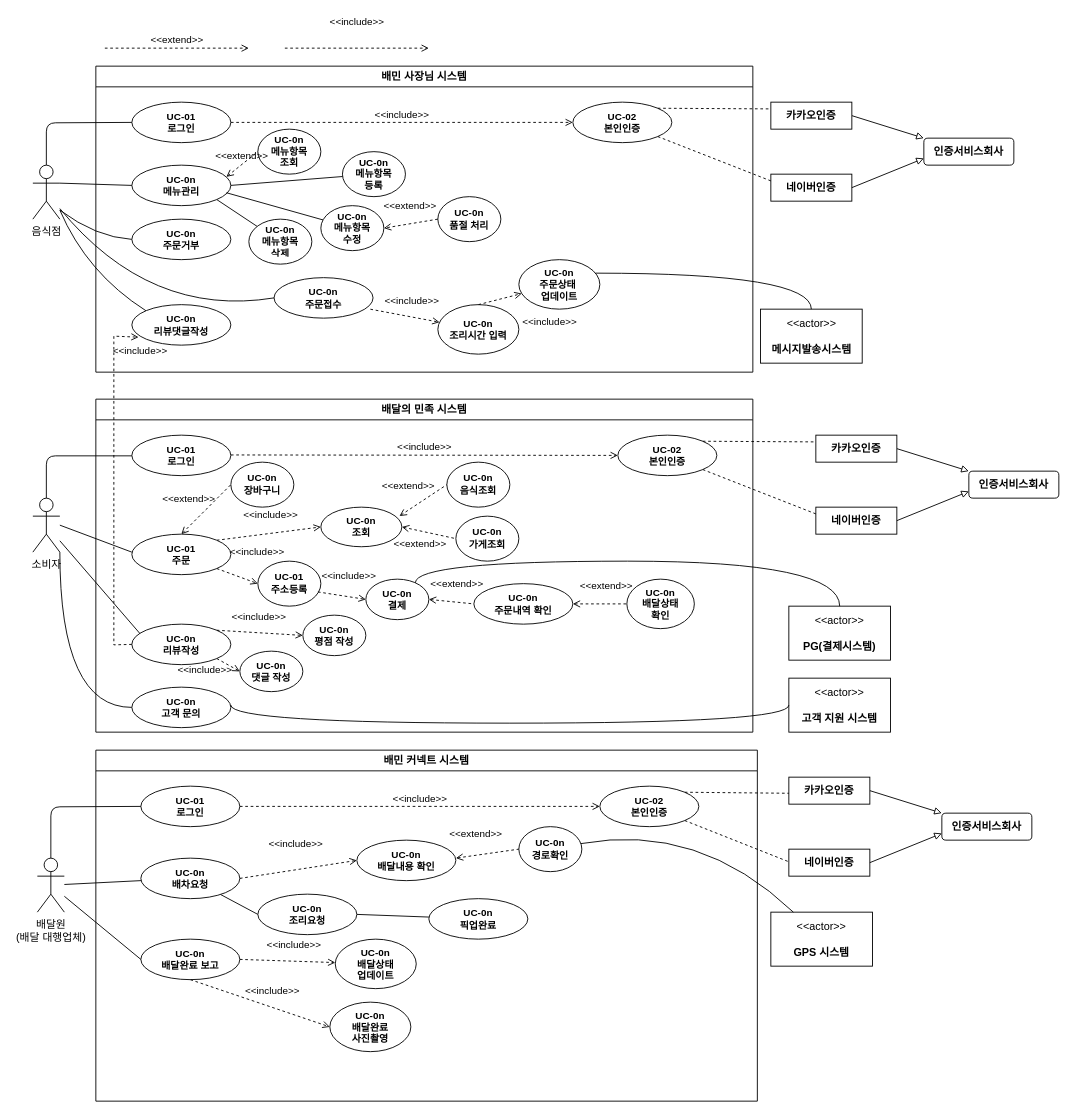
hyun10144/Lecture3-1 keeps this draw.io diagram as 소웨공 기말.drawio. Above is the earlier version. Source tidied: cells renumbered, new cells numbered last; positions are measured from the earlier drawing's top-left corner, leaving out a move shared by most shapes. Both pictures are drawn from the tidied source at 90%, with x=0, y=0 at pixel (32, 48).
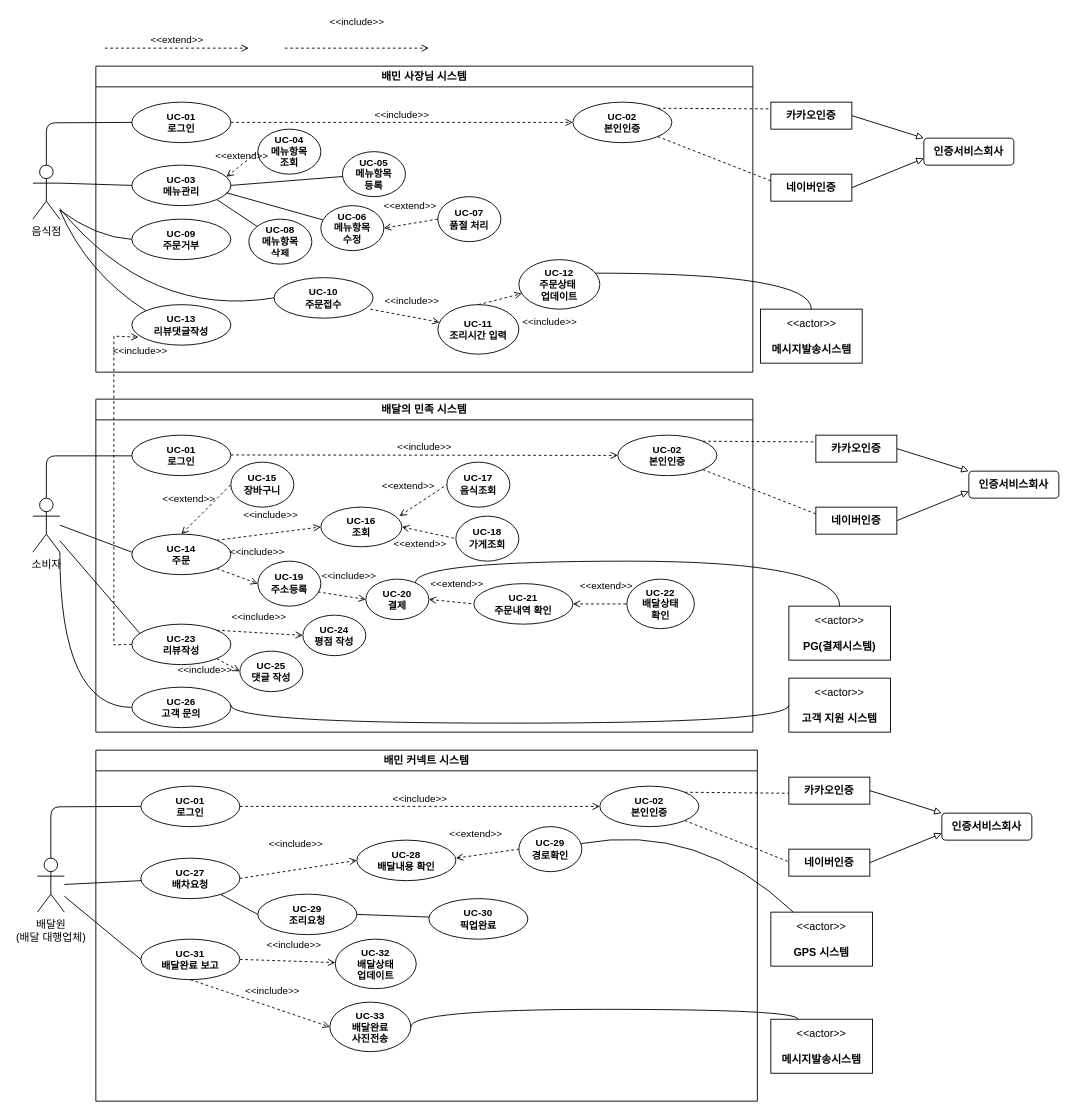
The same diagram, later.

Commit message (it also covers changes not shown here):
소웨공 기말.drawio 업데이트

The change refers to these unchanged cells:
```xml
<mxCell id="2" value="배민 사장님 시스템" style="swimlane;whiteSpace=wrap;html=1;" parent="1" vertex="1">
  <mxGeometry x="70" y="20" width="730" height="340" as="geometry" />
</mxCell>
<mxCell id="41" value="배민 커넥트 시스템" style="swimlane;whiteSpace=wrap;html=1;" parent="1" vertex="1">
  <mxGeometry x="70" y="780" width="735" height="390" as="geometry" />
</mxCell>
<mxCell id="61" value="배달의 민족 시스템" style="swimlane;whiteSpace=wrap;html=1;" parent="1" vertex="1">
  <mxGeometry x="70" y="390" width="730" height="370" as="geometry" />
</mxCell>
```

Diff of the diagram source:
```diff
@@
-    <mxCell id="4" value="&lt;div&gt;&lt;b&gt;UC-0n&lt;/b&gt;&lt;/div&gt;&lt;b&gt;메뉴관리&lt;/b&gt;" style="ellipse;whiteSpace=wrap;html=1;fontFamily=Helvetica;fontSize=11;fontColor=default;labelBackgroundColor=default;" parent="2" vertex="1">
+    <mxCell id="4" value="&lt;div&gt;&lt;b&gt;UC-03&lt;/b&gt;&lt;/div&gt;&lt;b&gt;메뉴관리&lt;/b&gt;" style="ellipse;whiteSpace=wrap;html=1;fontFamily=Helvetica;fontSize=11;fontColor=default;labelBackgroundColor=default;" parent="2" vertex="1">
       <mxGeometry x="40" y="110" width="110" height="45" as="geometry" />
     </mxCell>
-    <mxCell id="5" value="&lt;div&gt;&lt;b&gt;UC-0n&lt;/b&gt;&lt;/div&gt;&lt;b&gt;주문상태&amp;nbsp;&lt;/b&gt;&lt;div&gt;&lt;b&gt;업데이트&lt;/b&gt;&lt;/div&gt;" style="ellipse;whiteSpace=wrap;html=1;fontFamily=Helvetica;fontSize=11;fontColor=default;labelBackgroundColor=default;" parent="2" vertex="1">
+    <mxCell id="5" value="&lt;div&gt;&lt;b&gt;UC-12&lt;/b&gt;&lt;/div&gt;&lt;b&gt;주문상태&amp;nbsp;&lt;/b&gt;&lt;div&gt;&lt;b&gt;업데이트&lt;/b&gt;&lt;/div&gt;" style="ellipse;whiteSpace=wrap;html=1;fontFamily=Helvetica;fontSize=11;fontColor=default;labelBackgroundColor=default;" parent="2" vertex="1">
       <mxGeometry x="470" y="215" width="90" height="55" as="geometry" />
     </mxCell>
@@
-    <mxCell id="7" value="&lt;div&gt;&lt;b&gt;UC-0n&lt;/b&gt;&lt;/div&gt;&lt;b&gt;리뷰댓글작성&lt;/b&gt;" style="ellipse;whiteSpace=wrap;html=1;fontFamily=Helvetica;fontSize=11;fontColor=default;labelBackgroundColor=default;" parent="2" vertex="1">
+    <mxCell id="7" value="&lt;div&gt;&lt;b&gt;UC-13&lt;/b&gt;&lt;/div&gt;&lt;b&gt;리뷰댓글작성&lt;/b&gt;" style="ellipse;whiteSpace=wrap;html=1;fontFamily=Helvetica;fontSize=11;fontColor=default;labelBackgroundColor=default;" parent="2" vertex="1">
       <mxGeometry x="40" y="265" width="110" height="45" as="geometry" />
     </mxCell>
@@
-    <mxCell id="9" value="&lt;div&gt;&lt;b&gt;UC-0n&lt;/b&gt;&lt;/div&gt;&lt;b&gt;메뉴항목&lt;/b&gt;&lt;div&gt;&lt;b&gt;조회&lt;/b&gt;&lt;/div&gt;" style="ellipse;whiteSpace=wrap;html=1;fontFamily=Helvetica;fontSize=11;fontColor=default;labelBackgroundColor=default;" parent="2" vertex="1">
+    <mxCell id="9" value="&lt;div&gt;&lt;b&gt;UC-04&lt;/b&gt;&lt;/div&gt;&lt;b&gt;메뉴항목&lt;/b&gt;&lt;div&gt;&lt;b&gt;조회&lt;/b&gt;&lt;/div&gt;" style="ellipse;whiteSpace=wrap;html=1;fontFamily=Helvetica;fontSize=11;fontColor=default;labelBackgroundColor=default;" parent="2" vertex="1">
       <mxGeometry x="180" y="70" width="70" height="50" as="geometry" />
     </mxCell>
@@
-    <mxCell id="11" value="&lt;div&gt;&lt;b&gt;UC-0n&lt;/b&gt;&lt;/div&gt;&lt;b&gt;메뉴항목&lt;/b&gt;&lt;div&gt;&lt;b&gt;등록&lt;/b&gt;&lt;/div&gt;" style="ellipse;whiteSpace=wrap;html=1;fontFamily=Helvetica;fontSize=11;fontColor=default;labelBackgroundColor=default;" parent="2" vertex="1">
+    <mxCell id="11" value="&lt;div&gt;&lt;b&gt;UC-05&lt;/b&gt;&lt;/div&gt;&lt;b&gt;메뉴항목&lt;/b&gt;&lt;div&gt;&lt;b&gt;등록&lt;/b&gt;&lt;/div&gt;" style="ellipse;whiteSpace=wrap;html=1;fontFamily=Helvetica;fontSize=11;fontColor=default;labelBackgroundColor=default;" parent="2" vertex="1">
       <mxGeometry x="274" y="95" width="70" height="50" as="geometry" />
     </mxCell>
-    <mxCell id="12" value="&lt;div&gt;&lt;b&gt;UC-0n&lt;/b&gt;&lt;/div&gt;&lt;b&gt;조리시간 입력&lt;/b&gt;" style="ellipse;whiteSpace=wrap;html=1;fontFamily=Helvetica;fontSize=11;fontColor=default;labelBackgroundColor=default;" parent="2" vertex="1">
+    <mxCell id="12" value="&lt;div&gt;&lt;b&gt;UC-11&lt;/b&gt;&lt;/div&gt;&lt;b&gt;조리시간 입력&lt;/b&gt;" style="ellipse;whiteSpace=wrap;html=1;fontFamily=Helvetica;fontSize=11;fontColor=default;labelBackgroundColor=default;" parent="2" vertex="1">
       <mxGeometry x="380" y="265" width="90" height="55" as="geometry" />
     </mxCell>
@@
-    <mxCell id="16" value="&lt;div&gt;&lt;b&gt;UC-0n&lt;/b&gt;&lt;/div&gt;&lt;b&gt;메뉴항목&lt;/b&gt;&lt;div&gt;&lt;b&gt;수정&lt;/b&gt;&lt;/div&gt;" style="ellipse;whiteSpace=wrap;html=1;fontFamily=Helvetica;fontSize=11;fontColor=default;labelBackgroundColor=default;" parent="2" vertex="1">
+    <mxCell id="16" value="&lt;div&gt;&lt;b&gt;UC-06&lt;/b&gt;&lt;/div&gt;&lt;div&gt;&lt;b&gt;메뉴항목&lt;/b&gt;&lt;/div&gt;&lt;div&gt;&lt;b&gt;수정&lt;/b&gt;&lt;/div&gt;" style="ellipse;whiteSpace=wrap;html=1;fontFamily=Helvetica;fontSize=11;fontColor=default;labelBackgroundColor=default;" parent="2" vertex="1">
       <mxGeometry x="250" y="155" width="70" height="50" as="geometry" />
     </mxCell>
@@
-    <mxCell id="20" value="&lt;div&gt;&lt;b&gt;UC-0n&lt;/b&gt;&lt;/div&gt;&lt;b&gt;주문접수&lt;/b&gt;" style="ellipse;whiteSpace=wrap;html=1;fontFamily=Helvetica;fontSize=11;fontColor=default;labelBackgroundColor=default;" parent="2" vertex="1">
+    <mxCell id="20" value="&lt;div&gt;&lt;b&gt;UC-10&lt;/b&gt;&lt;/div&gt;&lt;b&gt;주문접수&lt;/b&gt;" style="ellipse;whiteSpace=wrap;html=1;fontFamily=Helvetica;fontSize=11;fontColor=default;labelBackgroundColor=default;" parent="2" vertex="1">
       <mxGeometry x="198" y="235" width="110" height="45" as="geometry" />
     </mxCell>
-    <mxCell id="21" value="&lt;div&gt;&lt;b&gt;UC-0n&lt;/b&gt;&lt;/div&gt;&lt;b&gt;메뉴항목&lt;/b&gt;&lt;div&gt;&lt;b&gt;삭제&lt;/b&gt;&lt;/div&gt;" style="ellipse;whiteSpace=wrap;html=1;fontFamily=Helvetica;fontSize=11;fontColor=default;labelBackgroundColor=default;" parent="2" vertex="1">
+    <mxCell id="21" value="&lt;div&gt;&lt;b&gt;UC-08&lt;/b&gt;&lt;/div&gt;&lt;b&gt;메뉴항목&lt;/b&gt;&lt;div&gt;&lt;b&gt;삭제&lt;/b&gt;&lt;/div&gt;" style="ellipse;whiteSpace=wrap;html=1;fontFamily=Helvetica;fontSize=11;fontColor=default;labelBackgroundColor=default;" parent="2" vertex="1">
       <mxGeometry x="170" y="170" width="70" height="50" as="geometry" />
     </mxCell>
-    <mxCell id="22" value="&lt;div&gt;&lt;b&gt;UC-0n&lt;/b&gt;&lt;/div&gt;&lt;b&gt;품절 처리&lt;/b&gt;" style="ellipse;whiteSpace=wrap;html=1;fontFamily=Helvetica;fontSize=11;fontColor=default;labelBackgroundColor=default;" parent="2" vertex="1">
+    <mxCell id="22" value="&lt;div&gt;&lt;b&gt;UC-07&lt;/b&gt;&lt;/div&gt;&lt;b&gt;품절 처리&lt;/b&gt;" style="ellipse;whiteSpace=wrap;html=1;fontFamily=Helvetica;fontSize=11;fontColor=default;labelBackgroundColor=default;" parent="2" vertex="1">
       <mxGeometry x="380" y="145" width="70" height="50" as="geometry" />
     </mxCell>
@@
-    <mxCell id="25" value="&lt;div&gt;&lt;b&gt;UC-0n&lt;/b&gt;&lt;/div&gt;&lt;b&gt;주문거부&lt;/b&gt;" style="ellipse;whiteSpace=wrap;html=1;fontFamily=Helvetica;fontSize=11;fontColor=default;labelBackgroundColor=default;" parent="2" vertex="1">
+    <mxCell id="25" value="&lt;div&gt;&lt;b&gt;UC-09&lt;/b&gt;&lt;/div&gt;&lt;b&gt;주문거부&lt;/b&gt;" style="ellipse;whiteSpace=wrap;html=1;fontFamily=Helvetica;fontSize=11;fontColor=default;labelBackgroundColor=default;" parent="2" vertex="1">
       <mxGeometry x="40" y="170" width="110" height="45" as="geometry" />
     </mxCell>
@@
-    <mxCell id="43" value="&lt;div&gt;&lt;b&gt;UC-0n&lt;/b&gt;&lt;/div&gt;&lt;b&gt;배달완료 보고&lt;/b&gt;" style="ellipse;whiteSpace=wrap;html=1;fontFamily=Helvetica;fontSize=11;fontColor=default;labelBackgroundColor=default;" parent="41" vertex="1">
+    <mxCell id="43" value="&lt;div&gt;&lt;b&gt;UC-31&lt;/b&gt;&lt;/div&gt;&lt;b&gt;배달완료 보고&lt;/b&gt;" style="ellipse;whiteSpace=wrap;html=1;fontFamily=Helvetica;fontSize=11;fontColor=default;labelBackgroundColor=default;" parent="41" vertex="1">
       <mxGeometry x="50" y="210" width="110" height="45" as="geometry" />
     </mxCell>
-    <mxCell id="44" value="&lt;div&gt;&lt;b&gt;UC-0n&lt;/b&gt;&lt;/div&gt;&lt;b&gt;배달내용 확인&lt;/b&gt;" style="ellipse;whiteSpace=wrap;html=1;fontFamily=Helvetica;fontSize=11;fontColor=default;labelBackgroundColor=default;" parent="41" vertex="1">
+    <mxCell id="44" value="&lt;div&gt;&lt;b&gt;UC-28&lt;/b&gt;&lt;/div&gt;&lt;b&gt;배달내용 확인&lt;/b&gt;" style="ellipse;whiteSpace=wrap;html=1;fontFamily=Helvetica;fontSize=11;fontColor=default;labelBackgroundColor=default;" parent="41" vertex="1">
       <mxGeometry x="290" y="100" width="110" height="45" as="geometry" />
     </mxCell>
@@
-    <mxCell id="46" value="&lt;div&gt;&lt;b&gt;UC-0n&lt;/b&gt;&lt;/div&gt;&lt;b&gt;배차요청&lt;/b&gt;" style="ellipse;whiteSpace=wrap;html=1;fontFamily=Helvetica;fontSize=11;fontColor=default;labelBackgroundColor=default;" parent="41" vertex="1">
+    <mxCell id="46" value="&lt;div&gt;&lt;b&gt;UC-27&lt;/b&gt;&lt;/div&gt;&lt;b&gt;배차요청&lt;/b&gt;" style="ellipse;whiteSpace=wrap;html=1;fontFamily=Helvetica;fontSize=11;fontColor=default;labelBackgroundColor=default;" parent="41" vertex="1">
       <mxGeometry x="50" y="120" width="110" height="45" as="geometry" />
     </mxCell>
@@
-    <mxCell id="52" value="&lt;div&gt;&lt;b&gt;UC-0n&lt;/b&gt;&lt;/div&gt;&lt;b&gt;경로확인&lt;/b&gt;" style="ellipse;whiteSpace=wrap;html=1;fontFamily=Helvetica;fontSize=11;fontColor=default;labelBackgroundColor=default;" parent="41" vertex="1">
+    <mxCell id="52" value="&lt;div&gt;&lt;b&gt;UC-29&lt;/b&gt;&lt;/div&gt;&lt;b&gt;경로확인&lt;/b&gt;" style="ellipse;whiteSpace=wrap;html=1;fontFamily=Helvetica;fontSize=11;fontColor=default;labelBackgroundColor=default;" parent="41" vertex="1">
       <mxGeometry x="470" y="85" width="70" height="50" as="geometry" />
     </mxCell>
@@
-    <mxCell id="54" value="&lt;div&gt;&lt;b&gt;UC-0n&lt;/b&gt;&lt;/div&gt;&lt;b&gt;배달상태&lt;/b&gt;&lt;div&gt;&lt;b&gt;업데이트&lt;/b&gt;&lt;/div&gt;" style="ellipse;whiteSpace=wrap;html=1;fontFamily=Helvetica;fontSize=11;fontColor=default;labelBackgroundColor=default;" parent="41" vertex="1">
+    <mxCell id="54" value="&lt;div&gt;&lt;b&gt;UC-32&lt;/b&gt;&lt;/div&gt;&lt;b&gt;배달상태&lt;/b&gt;&lt;div&gt;&lt;b&gt;업데이트&lt;/b&gt;&lt;/div&gt;" style="ellipse;whiteSpace=wrap;html=1;fontFamily=Helvetica;fontSize=11;fontColor=default;labelBackgroundColor=default;" parent="41" vertex="1">
       <mxGeometry x="266" y="210" width="90" height="55" as="geometry" />
     </mxCell>
@@
-    <mxCell id="57" value="&lt;div&gt;&lt;b&gt;UC-0n&lt;/b&gt;&lt;/div&gt;&lt;b&gt;조리요청&lt;/b&gt;" style="ellipse;whiteSpace=wrap;html=1;fontFamily=Helvetica;fontSize=11;fontColor=default;labelBackgroundColor=default;" parent="41" vertex="1">
+    <mxCell id="57" value="&lt;div&gt;&lt;b&gt;UC-29&lt;/b&gt;&lt;/div&gt;&lt;b&gt;조리요청&lt;/b&gt;" style="ellipse;whiteSpace=wrap;html=1;fontFamily=Helvetica;fontSize=11;fontColor=default;labelBackgroundColor=default;" parent="41" vertex="1">
       <mxGeometry x="180" y="160" width="110" height="45" as="geometry" />
     </mxCell>
-    <mxCell id="58" value="&lt;div&gt;&lt;b&gt;UC-0n&lt;/b&gt;&lt;/div&gt;&lt;b&gt;픽업완료&lt;/b&gt;" style="ellipse;whiteSpace=wrap;html=1;fontFamily=Helvetica;fontSize=11;fontColor=default;labelBackgroundColor=default;" parent="41" vertex="1">
+    <mxCell id="58" value="&lt;div&gt;&lt;b&gt;UC-30&lt;/b&gt;&lt;/div&gt;&lt;b&gt;픽업완료&lt;/b&gt;" style="ellipse;whiteSpace=wrap;html=1;fontFamily=Helvetica;fontSize=11;fontColor=default;labelBackgroundColor=default;" parent="41" vertex="1">
       <mxGeometry x="370" y="165" width="110" height="45" as="geometry" />
     </mxCell>
@@
-    <mxCell id="60" value="&lt;div&gt;&lt;b&gt;UC-0n&lt;/b&gt;&lt;/div&gt;&lt;b&gt;배달완료&lt;/b&gt;&lt;div&gt;&lt;b&gt;사진촬영&lt;/b&gt;&lt;/div&gt;" style="ellipse;whiteSpace=wrap;html=1;fontFamily=Helvetica;fontSize=11;fontColor=default;labelBackgroundColor=default;" parent="41" vertex="1">
+    <mxCell id="60" value="&lt;div&gt;&lt;b&gt;UC-33&lt;/b&gt;&lt;/div&gt;&lt;b&gt;배달완료&lt;/b&gt;&lt;div&gt;&lt;b&gt;사진전송&lt;/b&gt;&lt;/div&gt;" style="ellipse;whiteSpace=wrap;html=1;fontFamily=Helvetica;fontSize=11;fontColor=default;labelBackgroundColor=default;" parent="41" vertex="1">
       <mxGeometry x="260" y="280" width="90" height="55" as="geometry" />
     </mxCell>
@@
-    <mxCell id="62" value="&lt;div&gt;&lt;b&gt;UC-0n&lt;/b&gt;&lt;/div&gt;&lt;b&gt;조회&lt;/b&gt;" style="ellipse;whiteSpace=wrap;html=1;fontFamily=Helvetica;fontSize=11;fontColor=default;labelBackgroundColor=default;" parent="61" vertex="1">
+    <mxCell id="62" value="&lt;div&gt;&lt;b&gt;UC-16&lt;/b&gt;&lt;/div&gt;&lt;b&gt;조회&lt;/b&gt;" style="ellipse;whiteSpace=wrap;html=1;fontFamily=Helvetica;fontSize=11;fontColor=default;labelBackgroundColor=default;" parent="61" vertex="1">
       <mxGeometry x="250" y="120" width="90" height="44" as="geometry" />
     </mxCell>
-    <mxCell id="63" value="&lt;div&gt;&lt;b&gt;UC-0n&lt;/b&gt;&lt;/div&gt;&lt;b&gt;주문내역 확인&lt;/b&gt;" style="ellipse;whiteSpace=wrap;html=1;fontFamily=Helvetica;fontSize=11;fontColor=default;labelBackgroundColor=default;" parent="61" vertex="1">
+    <mxCell id="63" value="&lt;div&gt;&lt;b&gt;UC-21&lt;/b&gt;&lt;/div&gt;&lt;b&gt;주문내역 확인&lt;/b&gt;" style="ellipse;whiteSpace=wrap;html=1;fontFamily=Helvetica;fontSize=11;fontColor=default;labelBackgroundColor=default;" parent="61" vertex="1">
       <mxGeometry x="420" y="205" width="110" height="45" as="geometry" />
     </mxCell>
-    <mxCell id="64" value="&lt;div&gt;&lt;b&gt;UC-0n&lt;/b&gt;&lt;/div&gt;&lt;b&gt;배달상태&lt;/b&gt;&lt;div&gt;&lt;b&gt;확인&lt;/b&gt;&lt;/div&gt;" style="ellipse;whiteSpace=wrap;html=1;fontFamily=Helvetica;fontSize=11;fontColor=default;labelBackgroundColor=default;" parent="61" vertex="1">
+    <mxCell id="64" value="&lt;div&gt;&lt;b&gt;UC-22&lt;/b&gt;&lt;/div&gt;&lt;b&gt;배달상태&lt;/b&gt;&lt;div&gt;&lt;b&gt;확인&lt;/b&gt;&lt;/div&gt;" style="ellipse;whiteSpace=wrap;html=1;fontFamily=Helvetica;fontSize=11;fontColor=default;labelBackgroundColor=default;" parent="61" vertex="1">
       <mxGeometry x="590" y="200" width="75" height="55" as="geometry" />
     </mxCell>
-    <mxCell id="65" value="&lt;div&gt;&lt;b&gt;UC-0n&lt;/b&gt;&lt;/div&gt;&lt;b&gt;리뷰작성&lt;/b&gt;" style="ellipse;whiteSpace=wrap;html=1;fontFamily=Helvetica;fontSize=11;fontColor=default;labelBackgroundColor=default;" parent="61" vertex="1">
+    <mxCell id="65" value="&lt;div&gt;&lt;b&gt;UC-23&lt;/b&gt;&lt;/div&gt;&lt;b&gt;리뷰작성&lt;/b&gt;" style="ellipse;whiteSpace=wrap;html=1;fontFamily=Helvetica;fontSize=11;fontColor=default;labelBackgroundColor=default;" parent="61" vertex="1">
       <mxGeometry x="40" y="250" width="110" height="45" as="geometry" />
     </mxCell>
@@
-    <mxCell id="68" value="&lt;div&gt;&lt;b&gt;UC-0n&lt;/b&gt;&lt;/div&gt;&lt;b&gt;장바구니&lt;/b&gt;" style="ellipse;whiteSpace=wrap;html=1;fontFamily=Helvetica;fontSize=11;fontColor=default;labelBackgroundColor=default;" parent="61" vertex="1">
+    <mxCell id="68" value="&lt;div&gt;&lt;b&gt;UC-15&lt;/b&gt;&lt;/div&gt;&lt;b&gt;장바구니&lt;/b&gt;" style="ellipse;whiteSpace=wrap;html=1;fontFamily=Helvetica;fontSize=11;fontColor=default;labelBackgroundColor=default;" parent="61" vertex="1">
       <mxGeometry x="150" y="70" width="70" height="50" as="geometry" />
     </mxCell>
@@
-    <mxCell id="71" value="&lt;div&gt;&lt;b&gt;UC-0n&lt;/b&gt;&lt;/div&gt;&lt;b&gt;결제&lt;/b&gt;" style="ellipse;whiteSpace=wrap;html=1;fontFamily=Helvetica;fontSize=11;fontColor=default;labelBackgroundColor=default;" parent="61" vertex="1">
+    <mxCell id="71" value="&lt;div&gt;&lt;b&gt;UC-20&lt;/b&gt;&lt;/div&gt;&lt;b&gt;결제&lt;/b&gt;" style="ellipse;whiteSpace=wrap;html=1;fontFamily=Helvetica;fontSize=11;fontColor=default;labelBackgroundColor=default;" parent="61" vertex="1">
       <mxGeometry x="300" y="200" width="70" height="45" as="geometry" />
     </mxCell>
@@
-    <mxCell id="73" value="&lt;div&gt;UC-01&lt;/div&gt;&lt;div&gt;주문&lt;/div&gt;" style="ellipse;whiteSpace=wrap;html=1;fontFamily=Helvetica;fontSize=11;fontColor=default;labelBackgroundColor=default;fontStyle=1;" parent="61" vertex="1">
+    <mxCell id="73" value="&lt;div&gt;UC-14&lt;/div&gt;&lt;div&gt;주문&lt;/div&gt;" style="ellipse;whiteSpace=wrap;html=1;fontFamily=Helvetica;fontSize=11;fontColor=default;labelBackgroundColor=default;fontStyle=1;" parent="61" vertex="1">
       <mxGeometry x="40" y="150" width="110" height="45" as="geometry" />
     </mxCell>
@@
-    <mxCell id="76" value="&lt;div&gt;UC-01&lt;/div&gt;&lt;div&gt;주소등록&lt;/div&gt;" style="ellipse;whiteSpace=wrap;html=1;fontFamily=Helvetica;fontSize=11;fontColor=default;labelBackgroundColor=default;fontStyle=1;" parent="61" vertex="1">
+    <mxCell id="76" value="&lt;div&gt;UC-19&lt;/div&gt;&lt;div&gt;주소등록&lt;/div&gt;" style="ellipse;whiteSpace=wrap;html=1;fontFamily=Helvetica;fontSize=11;fontColor=default;labelBackgroundColor=default;fontStyle=1;" parent="61" vertex="1">
       <mxGeometry x="180" y="180" width="70" height="50" as="geometry" />
     </mxCell>
@@
-    <mxCell id="78" value="&lt;div&gt;&lt;b&gt;UC-0n&lt;/b&gt;&lt;/div&gt;&lt;b&gt;평점 작성&lt;/b&gt;" style="ellipse;whiteSpace=wrap;html=1;fontFamily=Helvetica;fontSize=11;fontColor=default;labelBackgroundColor=default;" parent="61" vertex="1">
+    <mxCell id="78" value="&lt;div&gt;&lt;b&gt;UC-24&lt;/b&gt;&lt;/div&gt;&lt;b&gt;평점 작성&lt;/b&gt;" style="ellipse;whiteSpace=wrap;html=1;fontFamily=Helvetica;fontSize=11;fontColor=default;labelBackgroundColor=default;" parent="61" vertex="1">
       <mxGeometry x="230" y="240" width="70" height="45" as="geometry" />
     </mxCell>
@@
-    <mxCell id="80" value="&lt;div&gt;&lt;b&gt;UC-0n&lt;/b&gt;&lt;/div&gt;&lt;b&gt;댓글 작성&lt;/b&gt;" style="ellipse;whiteSpace=wrap;html=1;fontFamily=Helvetica;fontSize=11;fontColor=default;labelBackgroundColor=default;" parent="61" vertex="1">
+    <mxCell id="80" value="&lt;div&gt;&lt;b&gt;UC-25&lt;/b&gt;&lt;/div&gt;&lt;b&gt;댓글 작성&lt;/b&gt;" style="ellipse;whiteSpace=wrap;html=1;fontFamily=Helvetica;fontSize=11;fontColor=default;labelBackgroundColor=default;" parent="61" vertex="1">
       <mxGeometry x="160" y="280" width="70" height="45" as="geometry" />
     </mxCell>
@@
-    <mxCell id="82" value="&lt;div&gt;&lt;b&gt;UC-0n&lt;/b&gt;&lt;/div&gt;&lt;b&gt;음식조회&lt;/b&gt;" style="ellipse;whiteSpace=wrap;html=1;fontFamily=Helvetica;fontSize=11;fontColor=default;labelBackgroundColor=default;" parent="61" vertex="1">
+    <mxCell id="82" value="&lt;div&gt;&lt;b&gt;UC-17&lt;/b&gt;&lt;/div&gt;&lt;b&gt;음식조회&lt;/b&gt;" style="ellipse;whiteSpace=wrap;html=1;fontFamily=Helvetica;fontSize=11;fontColor=default;labelBackgroundColor=default;" parent="61" vertex="1">
       <mxGeometry x="390" y="70" width="70" height="50" as="geometry" />
     </mxCell>
@@
-    <mxCell id="84" value="&lt;div&gt;&lt;b&gt;UC-0n&lt;/b&gt;&lt;/div&gt;&lt;b&gt;가게조회&lt;/b&gt;" style="ellipse;whiteSpace=wrap;html=1;fontFamily=Helvetica;fontSize=11;fontColor=default;labelBackgroundColor=default;" parent="61" vertex="1">
+    <mxCell id="84" value="&lt;div&gt;&lt;b&gt;UC-18&lt;/b&gt;&lt;/div&gt;&lt;b&gt;가게조회&lt;/b&gt;" style="ellipse;whiteSpace=wrap;html=1;fontFamily=Helvetica;fontSize=11;fontColor=default;labelBackgroundColor=default;" parent="61" vertex="1">
       <mxGeometry x="400" y="130" width="70" height="50" as="geometry" />
     </mxCell>
@@
-    <mxCell id="86" value="&lt;div&gt;&lt;b&gt;UC-0n&lt;/b&gt;&lt;/div&gt;&lt;b&gt;고객 문의&lt;/b&gt;" style="ellipse;whiteSpace=wrap;html=1;fontFamily=Helvetica;fontSize=11;fontColor=default;labelBackgroundColor=default;" parent="61" vertex="1">
+    <mxCell id="86" value="&lt;div&gt;&lt;b&gt;UC-26&lt;/b&gt;&lt;/div&gt;&lt;b&gt;고객 문의&lt;/b&gt;" style="ellipse;whiteSpace=wrap;html=1;fontFamily=Helvetica;fontSize=11;fontColor=default;labelBackgroundColor=default;" parent="61" vertex="1">
       <mxGeometry x="40" y="320" width="110" height="45" as="geometry" />
     </mxCell>
@@
+    <mxCell id="118" style="edgeStyle=orthogonalEdgeStyle;rounded=0;jettySize=auto;html=1;entryX=1;entryY=0.5;entryDx=0;entryDy=0;curved=1;endArrow=none;endFill=0;" parent="1" edge="1" source="119" target="60">
+      <mxGeometry relative="1" as="geometry">
+        <Array as="points">
+          <mxPoint x="850" y="1068" />
+          <mxPoint x="420" y="1068" />
+        </Array>
+      </mxGeometry>
+    </mxCell>
+    <mxCell id="119" value="&amp;lt;&amp;lt;actor&amp;gt;&amp;gt;&lt;br&gt;&lt;br&gt;&lt;b&gt;메시지발송시스템&lt;/b&gt;" style="html=1;align=center;verticalAlign=middle;dashed=0;whiteSpace=wrap;" parent="1" vertex="1">
+      <mxGeometry x="820" y="1079" width="113" height="60" as="geometry" />
+    </mxCell>
```
